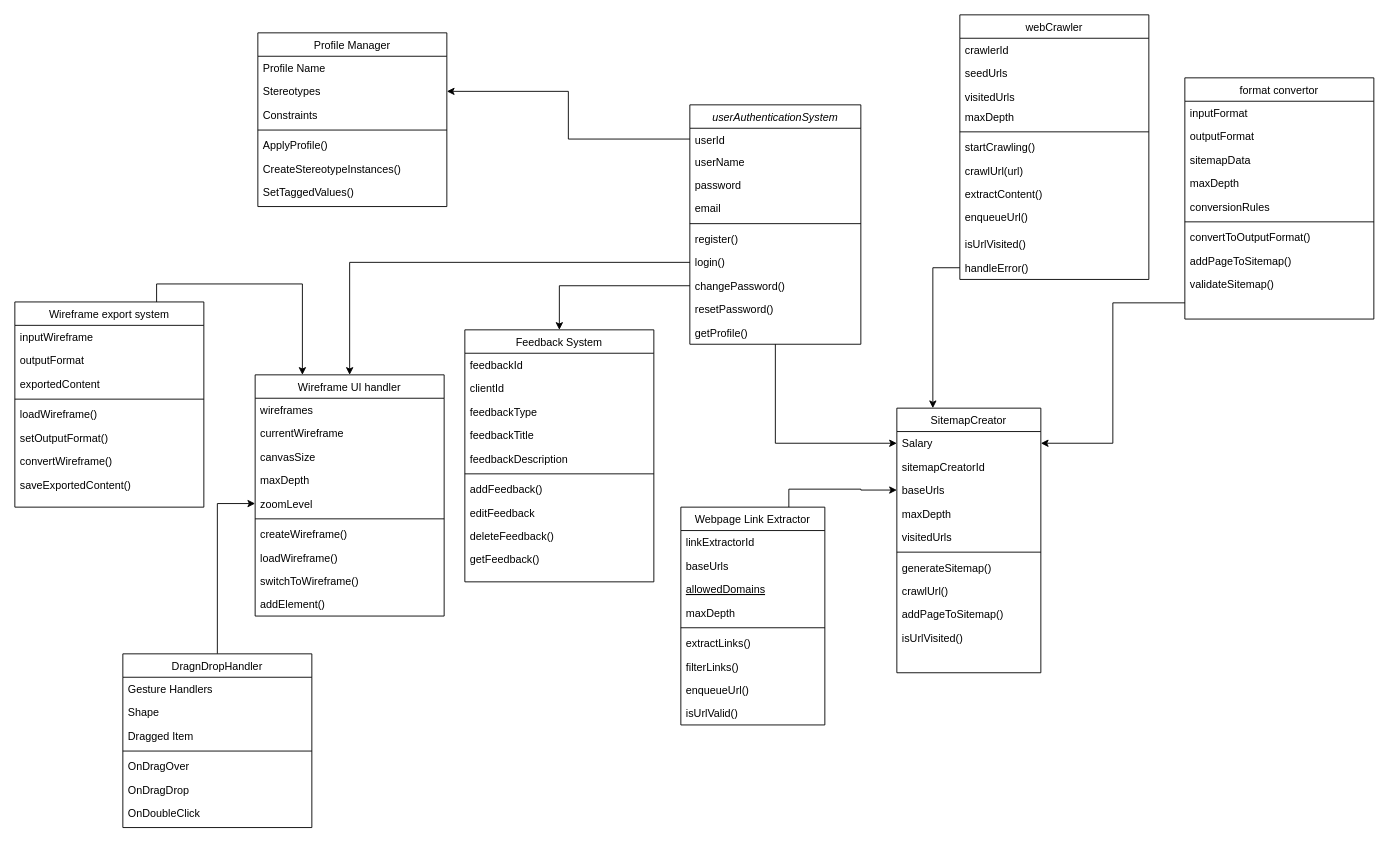
Before: Untitled Diagram.drawio in AnandWebTest/WebTest, a draw.io diagram. Source tidied: cells renumbered, new cells numbered last; positions are measured from the earlier drawing's top-left corner, leaving out a move shared by most shapes. Both pictures are drawn from the tidied source at 90%, with x=0, y=0 at pixel (14, 14).
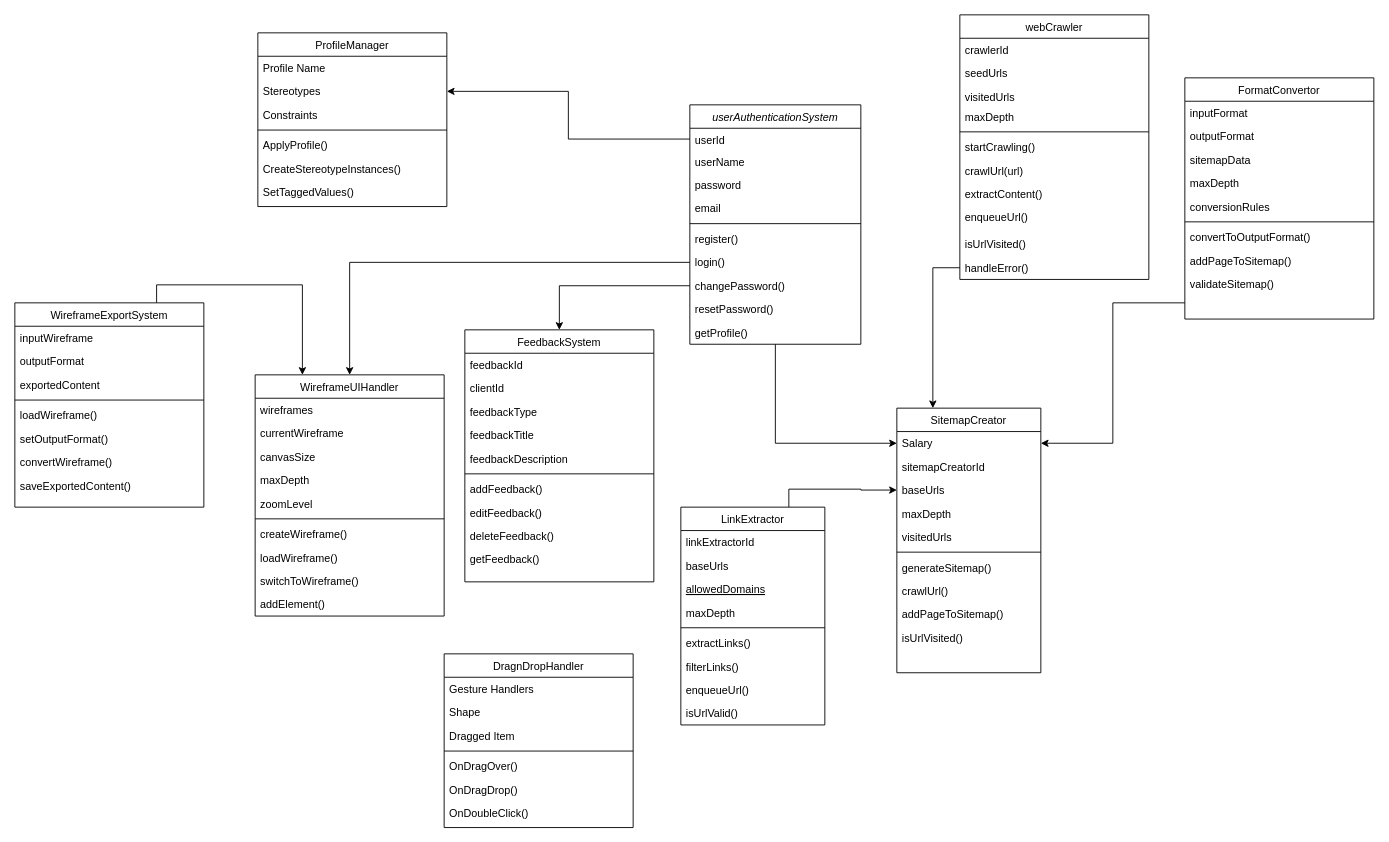
The same page after the edit.

The change refers to these unchanged cells:
```xml
<mxCell id="102" value="zoomLevel" style="text;align=left;verticalAlign=top;spacingLeft=4;spacingRight=4;overflow=hidden;points=[[0,0.5],[1,0.5]];portConstraint=eastwest;" parent="97" vertex="1">
  <mxGeometry y="130" width="210" height="26" as="geometry" />
</mxCell>
```

The edit, as a diff of the source:
```diff
@@
-    <mxCell id="15" value="Webpage Link Extractor" style="swimlane;fontStyle=0;align=center;verticalAlign=top;horizontal=1;startSize=26;rounded=0;shadow=0;strokeWidth=1;" parent="1" vertex="1">
+    <mxCell id="15" value="LinkExtractor" style="swimlane;fontStyle=0;align=center;verticalAlign=top;horizontal=1;startSize=26;rounded=0;shadow=0;strokeWidth=1;" parent="1" vertex="1">
       <mxGeometry x="740" y="547" width="160" height="242" as="geometry" />
     </mxCell>
@@
-    <mxCell id="49" value="format convertor" style="swimlane;fontStyle=0;align=center;verticalAlign=top;horizontal=1;startSize=26;rounded=0;shadow=0;strokeWidth=1;" parent="1" vertex="1">
+    <mxCell id="49" value="FormatConvertor" style="swimlane;fontStyle=0;align=center;verticalAlign=top;horizontal=1;startSize=26;rounded=0;shadow=0;strokeWidth=1;" parent="1" vertex="1">
       <mxGeometry x="1300" y="70" width="210" height="268" as="geometry" />
     </mxCell>
@@
-    <mxCell id="59" value="Feedback System" style="swimlane;fontStyle=0;align=center;verticalAlign=top;horizontal=1;startSize=26;rounded=0;shadow=0;strokeWidth=1;" parent="1" vertex="1">
+    <mxCell id="59" value="FeedbackSystem" style="swimlane;fontStyle=0;align=center;verticalAlign=top;horizontal=1;startSize=26;rounded=0;shadow=0;strokeWidth=1;" parent="1" vertex="1">
       <mxGeometry x="500" y="350" width="210" height="280" as="geometry" />
     </mxCell>
@@
-    <mxCell id="67" value="editFeedback" style="text;align=left;verticalAlign=top;spacingLeft=4;spacingRight=4;overflow=hidden;" parent="59" vertex="1">
+    <mxCell id="67" value="editFeedback()" style="text;align=left;verticalAlign=top;spacingLeft=4;spacingRight=4;overflow=hidden;" parent="59" vertex="1">
       <mxGeometry y="190" width="210" height="26" as="geometry" />
     </mxCell>
@@
-    <mxCell id="71" value="Wireframe export system" style="swimlane;fontStyle=0;align=center;verticalAlign=top;horizontal=1;startSize=26;rounded=0;shadow=0;strokeWidth=1;" parent="1" vertex="1">
-      <mxGeometry y="319" width="210" height="228" as="geometry" />
+    <mxCell id="71" value="WireframeExportSystem" style="swimlane;fontStyle=0;align=center;verticalAlign=top;horizontal=1;startSize=26;rounded=0;shadow=0;strokeWidth=1;" parent="1" vertex="1">
+      <mxGeometry y="320" width="210" height="227" as="geometry" />
     </mxCell>
@@
-    <mxCell id="80" style="edgeStyle=orthogonalEdgeStyle;rounded=0;jettySize=auto;html=1;exitX=0.5;exitY=0;exitDx=0;exitDy=0;" parent="1" edge="1" source="81" target="102">
-      <mxGeometry relative="1" as="geometry" />
-    </mxCell>
     <mxCell id="81" value="DragnDropHandler" style="swimlane;fontStyle=0;align=center;verticalAlign=top;horizontal=1;startSize=26;rounded=0;shadow=0;strokeWidth=1;" parent="1" vertex="1">
-      <mxGeometry x="120" y="710" width="210" height="193" as="geometry" />
+      <mxGeometry x="477" y="710" width="210" height="193" as="geometry" />
     </mxCell>
@@
-    <mxCell id="86" value="OnDragOver" style="text;align=left;verticalAlign=top;spacingLeft=4;spacingRight=4;overflow=hidden;" parent="81" vertex="1">
+    <mxCell id="86" value="OnDragOver()" style="text;align=left;verticalAlign=top;spacingLeft=4;spacingRight=4;overflow=hidden;" parent="81" vertex="1">
       <mxGeometry y="112" width="210" height="26" as="geometry" />
     </mxCell>
-    <mxCell id="87" value="OnDragDrop" style="text;align=left;verticalAlign=top;spacingLeft=4;spacingRight=4;overflow=hidden;" parent="81" vertex="1">
+    <mxCell id="87" value="OnDragDrop()" style="text;align=left;verticalAlign=top;spacingLeft=4;spacingRight=4;overflow=hidden;" parent="81" vertex="1">
       <mxGeometry y="138" width="210" height="26" as="geometry" />
     </mxCell>
-    <mxCell id="88" value="OnDoubleClick" style="text;align=left;verticalAlign=top;spacingLeft=4;spacingRight=4;overflow=hidden;" parent="81" vertex="1">
+    <mxCell id="88" value="OnDoubleClick()" style="text;align=left;verticalAlign=top;spacingLeft=4;spacingRight=4;overflow=hidden;" parent="81" vertex="1">
       <mxGeometry y="164" width="210" height="26" as="geometry" />
     </mxCell>
-    <mxCell id="89" value="Profile Manager" style="swimlane;fontStyle=0;align=center;verticalAlign=top;horizontal=1;startSize=26;rounded=0;shadow=0;strokeWidth=1;" parent="1" vertex="1">
+    <mxCell id="89" value="ProfileManager" style="swimlane;fontStyle=0;align=center;verticalAlign=top;horizontal=1;startSize=26;rounded=0;shadow=0;strokeWidth=1;" parent="1" vertex="1">
       <mxGeometry x="270" y="20" width="210" height="193" as="geometry" />
     </mxCell>
@@
-    <mxCell id="97" value="Wireframe UI handler" style="swimlane;fontStyle=0;align=center;verticalAlign=top;horizontal=1;startSize=26;rounded=0;shadow=0;strokeWidth=1;" parent="1" vertex="1">
+    <mxCell id="97" value="WireframeUIHandler" style="swimlane;fontStyle=0;align=center;verticalAlign=top;horizontal=1;startSize=26;rounded=0;shadow=0;strokeWidth=1;" parent="1" vertex="1">
       <mxGeometry x="267" y="400" width="210" height="268" as="geometry" />
     </mxCell>
```
